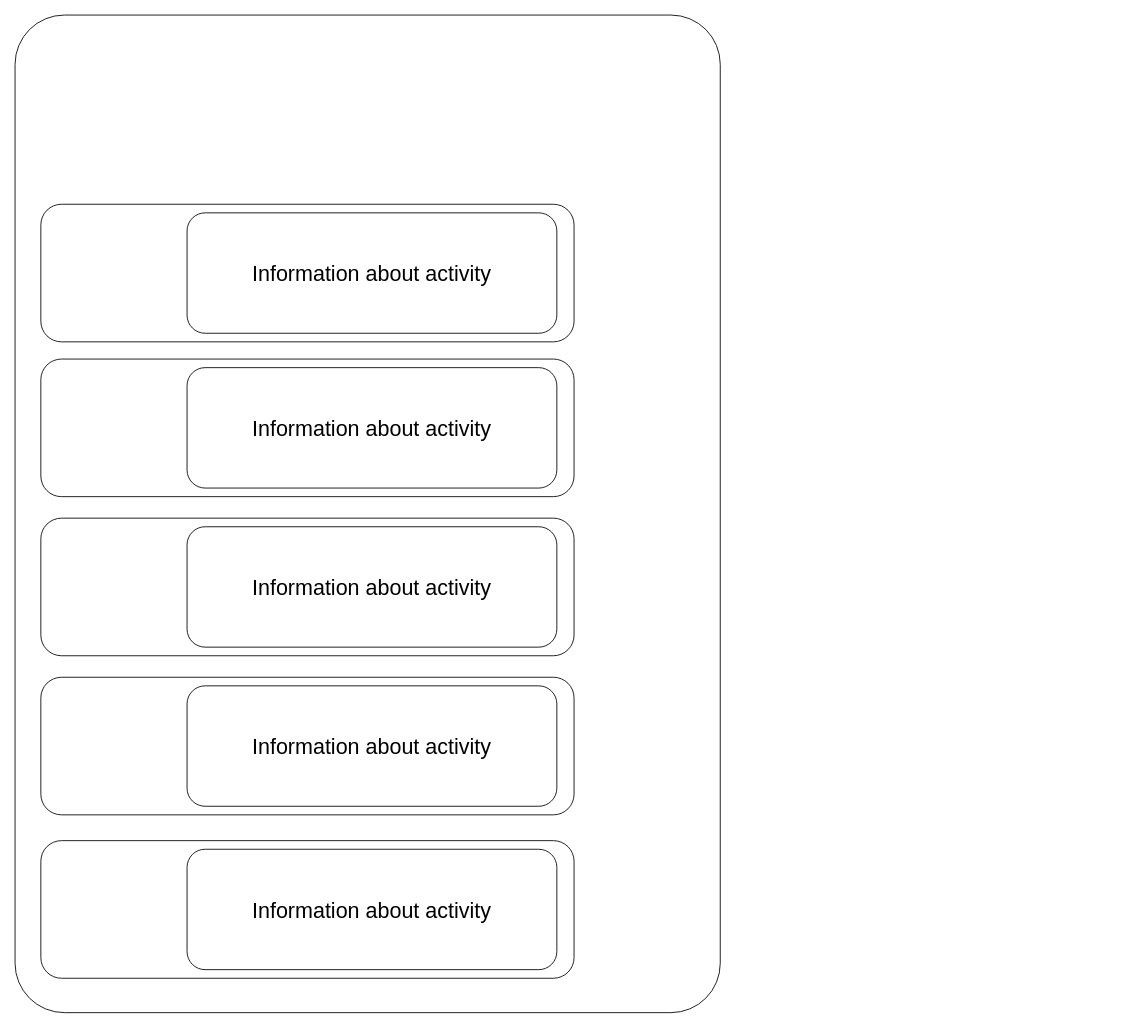
The draw.io diagram Wireframes/BrowseEverythingPage.drawio in BarryHennett/ISCG7424_MobileAssignment, before the edit. Source tidied: cells renumbered, new cells numbered last; positions are measured from the earlier drawing's top-left corner, leaving out a move shared by most shapes. Both pictures are drawn from the tidied source at 86%, with x=0, y=0 at pixel (15, 15).
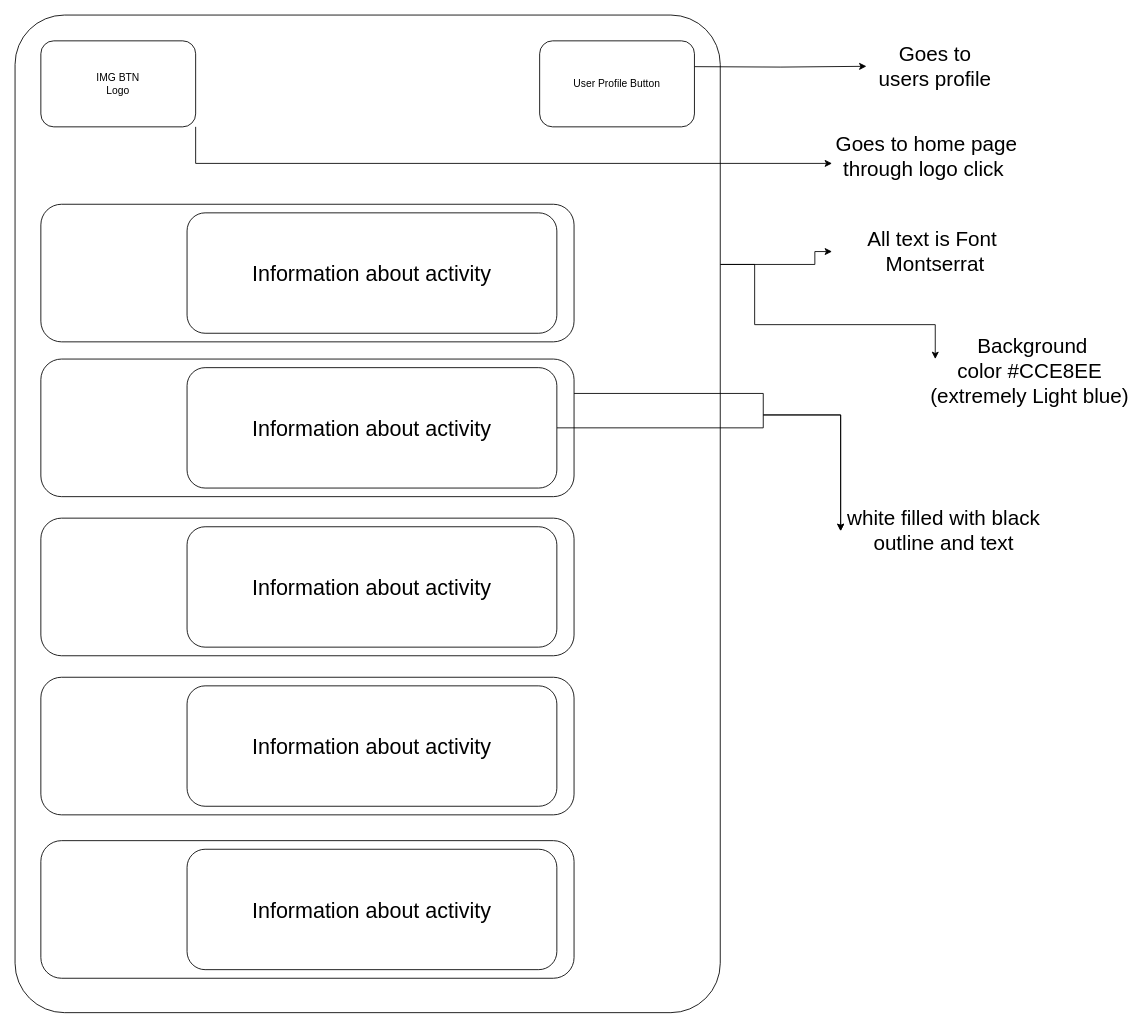
The same page after the edit.

Unchanged cells that the change refers to:
```xml
<mxCell id="2" style="rounded=1;whiteSpace=wrap;html=1;arcSize=7;" parent="1" vertex="1">
  <mxGeometry width="820" height="1160" as="geometry" />
</mxCell>
<mxCell id="5" style="rounded=1;whiteSpace=wrap;html=1;" parent="1" vertex="1">
  <mxGeometry x="30" y="400" width="620" height="160" as="geometry" />
</mxCell>
<mxCell id="6" value="&lt;font style=&quot;font-size: 25px;&quot;&gt;Information about activity&lt;/font&gt;" style="rounded=1;whiteSpace=wrap;html=1;" parent="1" vertex="1">
  <mxGeometry x="200" y="410" width="430" height="140" as="geometry" />
</mxCell>
```

Change to the diagram source:
```diff
@@
+    <mxCell id="13" style="edgeStyle=orthogonalEdgeStyle;rounded=0;jettySize=auto;html=1;exitX=1;exitY=0.25;exitDx=0;exitDy=0;entryX=0;entryY=0.5;entryDx=0;entryDy=0;" parent="1" edge="1" source="2" target="17">
+      <mxGeometry relative="1" as="geometry">
+        <Array as="points">
+          <mxPoint x="930" y="290" />
+          <mxPoint x="930" y="275" />
+        </Array>
+      </mxGeometry>
+    </mxCell>
+    <mxCell id="14" style="edgeStyle=orthogonalEdgeStyle;rounded=0;jettySize=auto;html=1;exitX=1;exitY=0.25;exitDx=0;exitDy=0;" parent="1" edge="1" source="2" target="18">
+      <mxGeometry relative="1" as="geometry">
+        <Array as="points">
+          <mxPoint x="860" y="290" />
+          <mxPoint x="860" y="360" />
+          <mxPoint x="1070" y="360" />
+        </Array>
+      </mxGeometry>
+    </mxCell>
@@
+    <mxCell id="15" style="edgeStyle=orthogonalEdgeStyle;rounded=0;jettySize=auto;html=1;exitX=1;exitY=0.25;exitDx=0;exitDy=0;entryX=0;entryY=0.5;entryDx=0;entryDy=0;" parent="1" edge="1" source="5" target="19">
+      <mxGeometry relative="1" as="geometry">
+        <Array as="points">
+          <mxPoint x="870" y="440" />
+          <mxPoint x="870" y="465" />
+        </Array>
+      </mxGeometry>
+    </mxCell>
@@
+    <mxCell id="16" style="edgeStyle=orthogonalEdgeStyle;rounded=0;jettySize=auto;html=1;exitX=1;exitY=0.5;exitDx=0;exitDy=0;entryX=0;entryY=0.5;entryDx=0;entryDy=0;" parent="1" edge="1" source="6" target="19">
+      <mxGeometry relative="1" as="geometry">
+        <Array as="points">
+          <mxPoint x="870" y="480" />
+          <mxPoint x="870" y="465" />
+        </Array>
+      </mxGeometry>
+    </mxCell>
@@
+    <mxCell id="17" value="&lt;font style=&quot;font-size: 24px;&quot;&gt;All text is Font&amp;nbsp;&lt;/font&gt;&lt;div&gt;&lt;font style=&quot;&quot;&gt;&lt;font style=&quot;font-size: 24px;&quot;&gt;Montserrat&lt;/font&gt;&lt;br&gt;&lt;/font&gt;&lt;/div&gt;" style="text;strokeColor=none;align=center;fillColor=none;html=1;verticalAlign=middle;whiteSpace=wrap;rounded=0;" parent="1" vertex="1">
+      <mxGeometry x="950" y="190" width="240" height="170" as="geometry" />
+    </mxCell>
+    <mxCell id="18" value="&lt;font style=&quot;font-size: 24px;&quot;&gt;&amp;nbsp;Background color&amp;nbsp;#CCE8EE (extremely Light blue)&lt;/font&gt;" style="text;strokeColor=none;align=center;fillColor=none;html=1;verticalAlign=middle;whiteSpace=wrap;rounded=0;" parent="1" vertex="1">
+      <mxGeometry x="1060" y="400" width="240" height="30" as="geometry" />
+    </mxCell>
+    <mxCell id="19" value="&lt;font style=&quot;font-size: 24px;&quot;&gt;white filled with black outline and text&lt;/font&gt;" style="text;strokeColor=none;align=center;fillColor=none;html=1;verticalAlign=middle;whiteSpace=wrap;rounded=0;" parent="1" vertex="1">
+      <mxGeometry x="960" y="585" width="240" height="30" as="geometry" />
+    </mxCell>
+    <mxCell id="20" style="edgeStyle=orthogonalEdgeStyle;rounded=0;orthogonalLoop=1;jettySize=auto;html=1;exitX=1;exitY=0.5;exitDx=0;exitDy=0;" parent="1" edge="1">
+      <mxGeometry relative="1" as="geometry">
+        <mxPoint x="790" y="60" as="sourcePoint" />
+        <mxPoint x="990" y="59.6" as="targetPoint" />
+      </mxGeometry>
+    </mxCell>
+    <mxCell id="21" value="&lt;font style=&quot;font-size: 24px;&quot;&gt;Goes to home page through logo click&amp;nbsp;&lt;/font&gt;" style="text;html=1;align=center;verticalAlign=middle;whiteSpace=wrap;rounded=0;" parent="1" vertex="1">
+      <mxGeometry x="950" y="150" width="220" height="30" as="geometry" />
+    </mxCell>
+    <mxCell id="22" value="&lt;font style=&quot;font-size: 24px;&quot;&gt;Goes to users profile&lt;/font&gt;" style="text;html=1;align=center;verticalAlign=middle;whiteSpace=wrap;rounded=0;" parent="1" vertex="1">
+      <mxGeometry x="1000" y="45" width="140" height="30" as="geometry" />
+    </mxCell>
+    <mxCell id="23" style="edgeStyle=orthogonalEdgeStyle;rounded=0;jettySize=auto;html=1;exitX=1;exitY=1;exitDx=0;exitDy=0;entryX=0;entryY=0.75;entryDx=0;entryDy=0;" parent="1" edge="1" source="24" target="21">
+      <mxGeometry relative="1" as="geometry" />
+    </mxCell>
+    <mxCell id="24" value="IMG BTN&lt;div&gt;Logo&lt;/div&gt;" style="rounded=1;whiteSpace=wrap;html=1;" parent="1" vertex="1">
+      <mxGeometry x="30" y="30" width="180" height="100" as="geometry" />
+    </mxCell>
+    <mxCell id="25" value="User Profile Button" style="rounded=1;whiteSpace=wrap;html=1;" parent="1" vertex="1">
+      <mxGeometry x="610" y="30" width="180" height="100" as="geometry" />
+    </mxCell>
```
